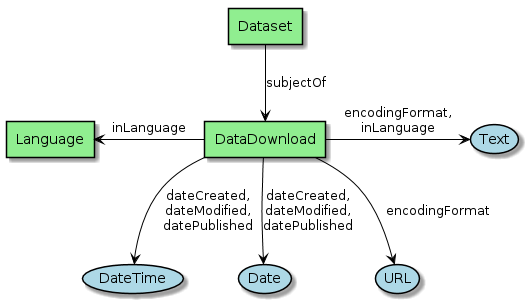
The PlantUML diagram series/diagrams/ListItem.png in eovoc/eo-on-schema.org, before a commit.
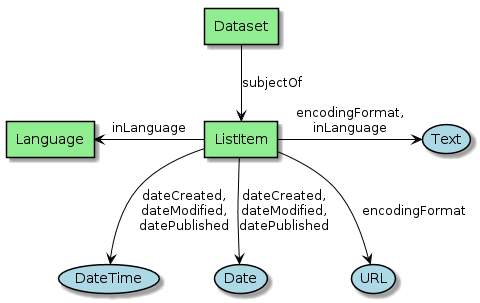
Above is the later version.

What changed in the source:
```diff
@@ -15,19 +15,19 @@
 }
 
 agent Dataset
-agent DataDownload
+agent ListItem
 agent Language
 
 
-Dataset -down-> DataDownload : "subjectOf"
+Dataset -down-> ListItem : "subjectOf"
 
-DataDownload -down-> (DateTime) : "dateCreated,\ndateModified,\ndatePublished"
+ListItem -down-> (DateTime) : "dateCreated,\ndateModified,\ndatePublished"
 
-DataDownload -down-> (Date) : "dateCreated,\ndateModified,\ndatePublished"
+ListItem -down-> (Date) : "dateCreated,\ndateModified,\ndatePublished"
 
-DataDownload -right-> (Text) : "encodingFormat,\ninLanguage"
+ListItem -right-> (Text) : "encodingFormat,\ninLanguage"
 
-DataDownload --> (URL) : "encodingFormat"
+ListItem --> (URL) : "encodingFormat"
 
-DataDownload -left-> Language : "inLanguage"
+ListItem -left-> Language : "inLanguage"
 @enduml
```
